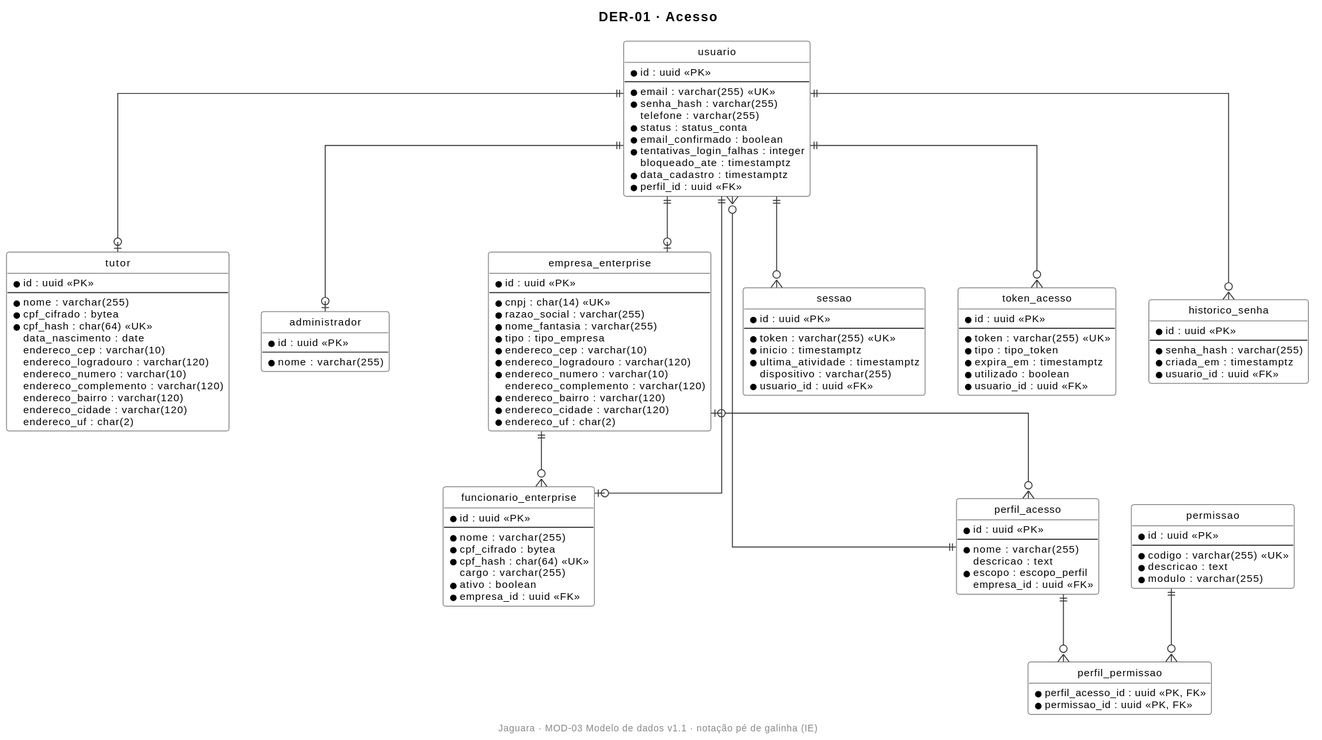
JaguaraPet/Jaguara_doc keeps this PlantUML diagram as docs/04-modelagem/modelo-de-dados/img/DER-01-acesso.svg. Above is the earlier version.
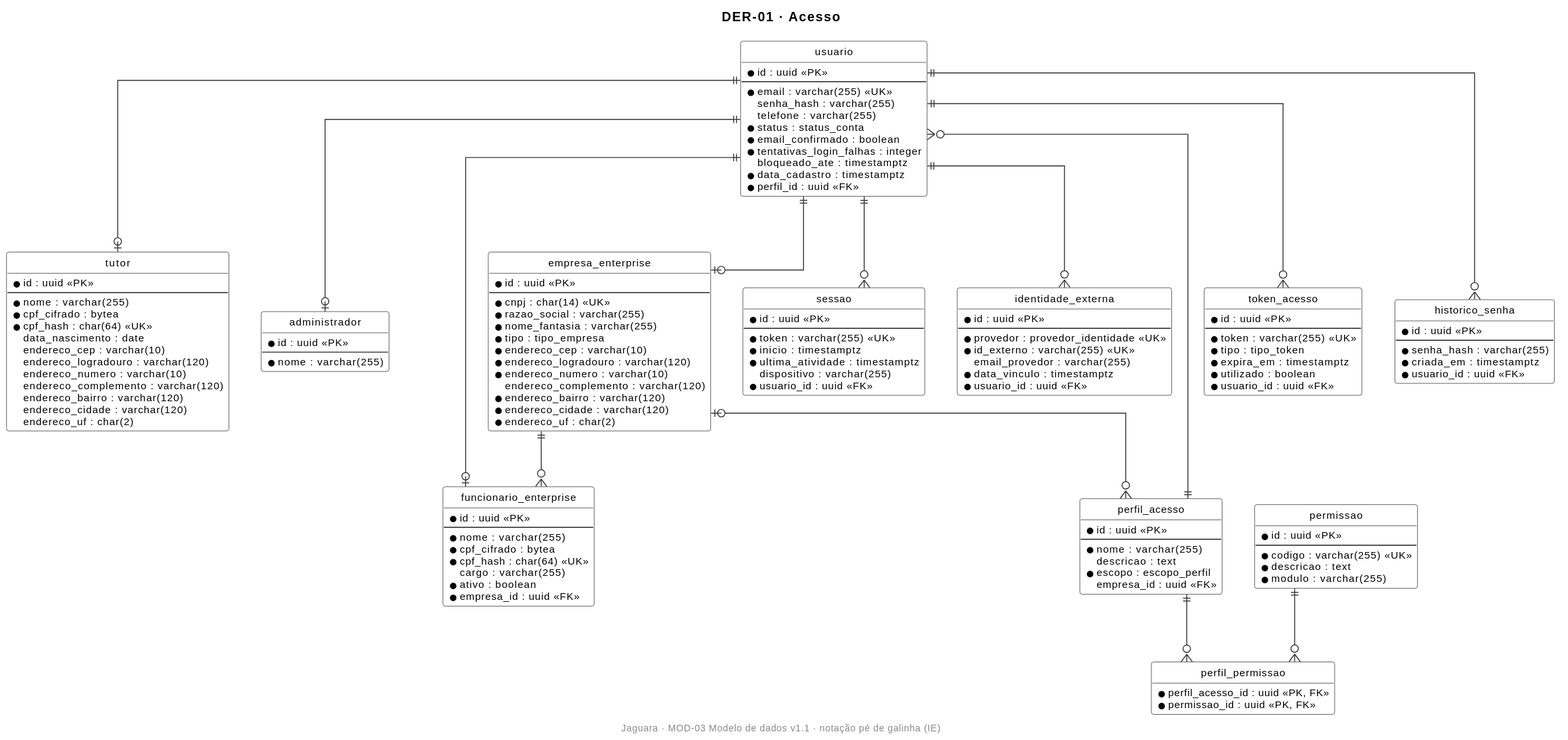
Later version of the same file.

Change to the diagram source:
```diff
@@ -19,7 +19,7 @@
   * id : uuid <<PK>>
   --
   * email : varchar(255) <<UK>>
-  * senha_hash : varchar(255)
+    senha_hash : varchar(255)
     telefone : varchar(255)
   * status : status_conta
   * email_confirmado : boolean
@@ -82,6 +82,15 @@
     dispositivo : varchar(255)
   * usuario_id : uuid <<FK>>
 }
+entity "identidade_externa" as IdentidadeExterna {
+  * id : uuid <<PK>>
+  --
+  * provedor : provedor_identidade <<UK>>
+  * id_externo : varchar(255) <<UK>>
+    email_provedor : varchar(255)
+  * data_vinculo : timestamptz
+  * usuario_id : uuid <<FK>>
+}
 entity "token_acesso" as TokenAcesso {
   * id : uuid <<PK>>
   --
@@ -115,6 +124,7 @@
 }
 EmpresaEnterprise ||--o{ FuncionarioEnterprise
 Usuario ||--o{ Sessao
+Usuario ||--o{ IdentidadeExterna
 Usuario ||--o{ TokenAcesso
 Usuario ||--o{ HistoricoSenha
 PerfilAcesso ||--o{ Usuario
```
